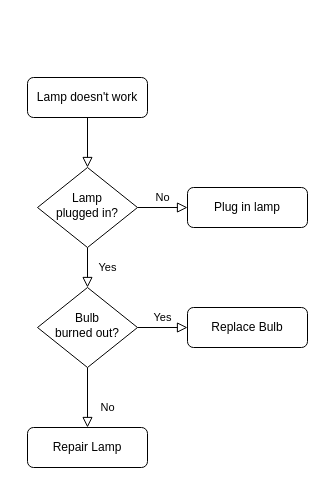
The draw.io diagram IOT flow chart.drawio in nguyenhuy158/diagrams, before the edit. Source tidied: cells renumbered, new cells numbered last; positions are measured from the earlier drawing's top-left corner, leaving out a move shared by most shapes. Both pictures are drawn from the tidied source at 100%, with x=0, y=0 at pixel (27, 77).
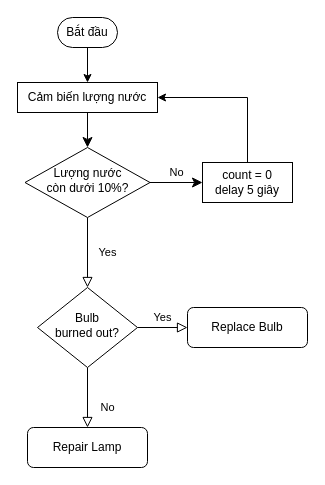
After the change.

Diff of the diagram source:
```diff
@@
 <mxGraphModel>
   <root>
     <mxCell id="0" />
     <mxCell id="1" parent="0" />
-    <mxCell id="2" style="rounded=0;html=1;jettySize=auto;fontSize=11;endArrow=block;endFill=0;endSize=8;strokeWidth=1;shadow=0;labelBackgroundColor=none;edgeStyle=orthogonalEdgeStyle;" parent="1" edge="1" source="3" target="6">
+    <mxCell id="2" style="rounded=0;html=1;jettySize=auto;fontSize=11;endArrow=classic;endFill=1;endSize=8;strokeWidth=1;shadow=0;labelBackgroundColor=none;edgeStyle=orthogonalEdgeStyle;" parent="1" edge="1" source="3" target="6">
       <mxGeometry relative="1" as="geometry" />
     </mxCell>
-    <mxCell id="3" value="Lamp doesn't work" style="rounded=1;whiteSpace=wrap;html=1;fontSize=12;glass=0;strokeWidth=1;shadow=0;" parent="1" vertex="1">
-      <mxGeometry width="120" height="40" as="geometry" />
+    <mxCell id="3" value="Cảm biến lượng nước" style="rounded=1;whiteSpace=wrap;html=1;fontSize=12;glass=0;strokeWidth=1;shadow=0;arcSize=0;" parent="1" vertex="1">
+      <mxGeometry x="-10" y="5" width="140" height="30" as="geometry" />
     </mxCell>
     <mxCell id="4" value="Yes" style="rounded=0;html=1;jettySize=auto;fontSize=11;endArrow=block;endFill=0;endSize=8;strokeWidth=1;shadow=0;labelBackgroundColor=none;edgeStyle=orthogonalEdgeStyle;" parent="1" edge="1" source="6" target="10">
       <mxGeometry y="20" relative="1" as="geometry" />
     </mxCell>
-    <mxCell id="5" value="No" style="edgeStyle=orthogonalEdgeStyle;rounded=0;html=1;jettySize=auto;fontSize=11;endArrow=block;endFill=0;endSize=8;strokeWidth=1;shadow=0;labelBackgroundColor=none;" parent="1" edge="1" source="6" target="7">
+    <mxCell id="5" value="No" style="edgeStyle=orthogonalEdgeStyle;rounded=0;html=1;jettySize=auto;fontSize=11;endArrow=classic;endFill=1;endSize=8;strokeWidth=1;shadow=0;labelBackgroundColor=none;" parent="1" edge="1" source="6" target="7">
       <mxGeometry y="10" relative="1" as="geometry" />
     </mxCell>
-    <mxCell id="6" value="Lamp&lt;br&gt;plugged in?" style="rhombus;whiteSpace=wrap;html=1;shadow=0;fontFamily=Helvetica;fontSize=12;align=center;strokeWidth=1;spacing=6;spacingTop=-4;" parent="1" vertex="1">
-      <mxGeometry x="10" y="90" width="100" height="80" as="geometry" />
+    <mxCell id="6" value="Lượng nước &lt;br&gt;còn dưới 10%?" style="rhombus;whiteSpace=wrap;html=1;shadow=0;fontFamily=Helvetica;fontSize=12;align=center;strokeWidth=1;spacing=6;spacingTop=-4;" parent="1" vertex="1">
+      <mxGeometry x="-2.5" y="70" width="125" height="70" as="geometry" />
     </mxCell>
+    <mxCell id="13" style="edgeStyle=orthogonalEdgeStyle;rounded=0;jettySize=auto;html=1;entryX=1;entryY=0.5;entryDx=0;entryDy=0;endArrow=classic;endFill=1;" parent="1" edge="1" source="7" target="3">
+      <mxGeometry relative="1" as="geometry">
+        <Array as="points">
+          <mxPoint x="220" y="20" />
+        </Array>
+      </mxGeometry>
+    </mxCell>
-    <mxCell id="7" value="Plug in lamp" style="rounded=1;whiteSpace=wrap;html=1;fontSize=12;glass=0;strokeWidth=1;shadow=0;" parent="1" vertex="1">
-      <mxGeometry x="160" y="110" width="120" height="40" as="geometry" />
+    <mxCell id="7" value="count = 0&lt;br&gt;delay 5 giây" style="rounded=1;whiteSpace=wrap;html=1;fontSize=12;glass=0;strokeWidth=1;shadow=0;arcSize=0;" parent="1" vertex="1">
+      <mxGeometry x="175" y="85" width="90" height="40" as="geometry" />
     </mxCell>
     <mxCell id="8" value="No" style="rounded=0;html=1;jettySize=auto;fontSize=11;endArrow=block;endFill=0;endSize=8;strokeWidth=1;shadow=0;labelBackgroundColor=none;edgeStyle=orthogonalEdgeStyle;" parent="1" edge="1" source="10" target="11">
       <mxGeometry x="0.33" y="20" relative="1" as="geometry" />
     </mxCell>
     <mxCell id="9" value="Yes" style="edgeStyle=orthogonalEdgeStyle;rounded=0;html=1;jettySize=auto;fontSize=11;endArrow=block;endFill=0;endSize=8;strokeWidth=1;shadow=0;labelBackgroundColor=none;" parent="1" edge="1" source="10" target="12">
       <mxGeometry y="10" relative="1" as="geometry" />
     </mxCell>
     <mxCell id="10" value="Bulb&lt;br&gt;burned out?" style="rhombus;whiteSpace=wrap;html=1;shadow=0;fontFamily=Helvetica;fontSize=12;align=center;strokeWidth=1;spacing=6;spacingTop=-4;" parent="1" vertex="1">
       <mxGeometry x="10" y="210" width="100" height="80" as="geometry" />
     </mxCell>
     <mxCell id="11" value="Repair Lamp" style="rounded=1;whiteSpace=wrap;html=1;fontSize=12;glass=0;strokeWidth=1;shadow=0;" parent="1" vertex="1">
       <mxGeometry y="350" width="120" height="40" as="geometry" />
     </mxCell>
     <mxCell id="12" value="Replace Bulb" style="rounded=1;whiteSpace=wrap;html=1;fontSize=12;glass=0;strokeWidth=1;shadow=0;" parent="1" vertex="1">
       <mxGeometry x="160" y="230" width="120" height="40" as="geometry" />
     </mxCell>
+    <mxCell id="14" style="edgeStyle=orthogonalEdgeStyle;rounded=0;jettySize=auto;html=1;entryX=0.5;entryY=0;entryDx=0;entryDy=0;endArrow=classic;endFill=1;" parent="1" edge="1" source="15" target="3">
+      <mxGeometry relative="1" as="geometry" />
+    </mxCell>
+    <mxCell id="15" value="Bắt đầu" style="rounded=1;whiteSpace=wrap;html=1;fontSize=12;glass=0;strokeWidth=1;shadow=0;arcSize=50;" parent="1" vertex="1">
+      <mxGeometry x="30" y="-60" width="60" height="30" as="geometry" />
+    </mxCell>
   </root>
 </mxGraphModel>
```
